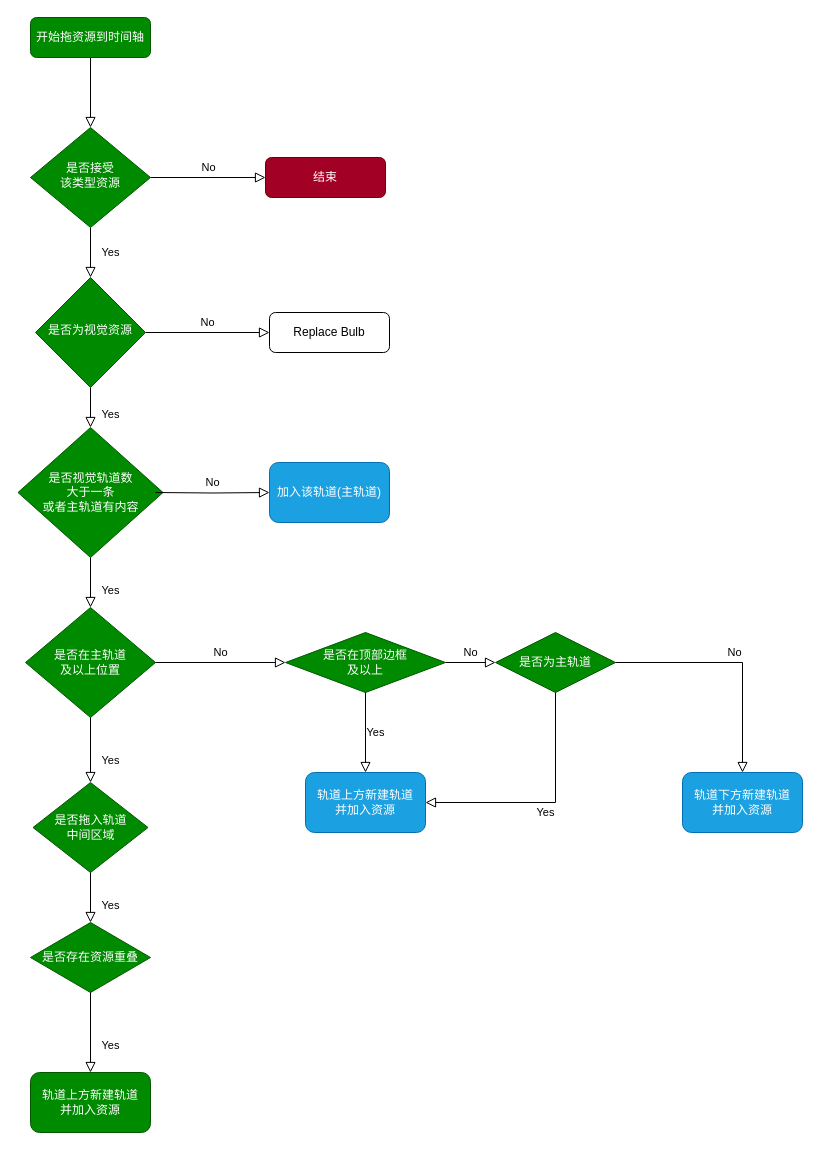
macfanr/SliderView keeps this draw.io diagram as Untitled Diagram.drawio. Above is the earlier version. Source tidied: cells renumbered, new cells numbered last; positions are measured from the earlier drawing's top-left corner, leaving out a move shared by most shapes. Both pictures are drawn from the tidied source at 100%, with x=0, y=0 at pixel (17, 17).
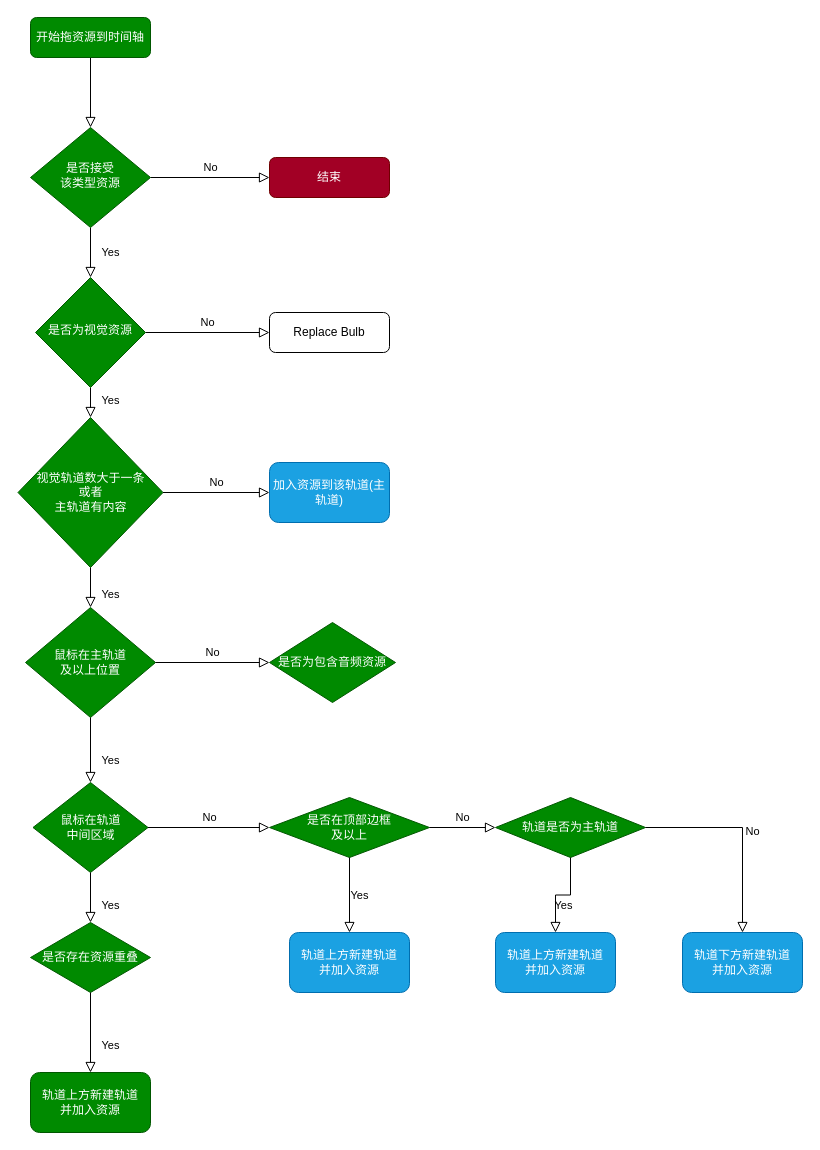
The same page after the edit.

Change to the diagram source:
```diff
@@
     <mxCell id="7" value="结束" style="rounded=1;whiteSpace=wrap;html=1;fontSize=12;glass=0;strokeWidth=1;shadow=0;fillColor=#a20025;fontColor=#ffffff;strokeColor=#6F0000;" parent="1" vertex="1">
-      <mxGeometry x="248" y="140" width="120" height="40" as="geometry" />
+      <mxGeometry x="252" y="140" width="120" height="40" as="geometry" />
     </mxCell>
@@
-    <mxCell id="11" value="是否在主轨道&lt;br&gt;及以上位置" style="rhombus;whiteSpace=wrap;html=1;rounded=0;fillColor=#008a00;fontColor=#ffffff;strokeColor=#005700;" parent="1" vertex="1">
+    <mxCell id="11" value="鼠标在主轨道&lt;br&gt;及以上位置" style="rhombus;whiteSpace=wrap;html=1;rounded=0;fillColor=#008a00;fontColor=#ffffff;strokeColor=#005700;" parent="1" vertex="1">
       <mxGeometry x="8" y="590" width="130" height="110" as="geometry" />
     </mxCell>
@@
-    <mxCell id="13" value="是否拖入轨道&lt;br&gt;中间区域" style="rhombus;whiteSpace=wrap;html=1;rounded=0;fillColor=#008a00;fontColor=#ffffff;strokeColor=#005700;" parent="1" vertex="1">
+    <mxCell id="13" value="鼠标在轨道&lt;br&gt;中间区域" style="rhombus;whiteSpace=wrap;html=1;rounded=0;fillColor=#008a00;fontColor=#ffffff;strokeColor=#005700;" parent="1" vertex="1">
       <mxGeometry x="15.5" y="765" width="115" height="90" as="geometry" />
     </mxCell>
@@
     <mxCell id="19" value="是否在顶部边框&lt;br&gt;及以上" style="rhombus;whiteSpace=wrap;html=1;rounded=0;fillColor=#008a00;fontColor=#ffffff;strokeColor=#005700;" parent="1" vertex="1">
-      <mxGeometry x="268" y="615" width="160" height="60" as="geometry" />
+      <mxGeometry x="252" y="780" width="160" height="60" as="geometry" />
     </mxCell>
-    <mxCell id="20" value="No" style="edgeStyle=orthogonalEdgeStyle;rounded=0;html=1;jettySize=auto;fontSize=11;endArrow=block;endFill=0;endSize=8;strokeWidth=1;shadow=0;labelBackgroundColor=none;entryX=0;entryY=0.5;entryDx=0;entryDy=0;exitX=1;exitY=0.5;exitDx=0;exitDy=0;" parent="1" edge="1" source="11" target="19">
+    <mxCell id="20" value="No" style="edgeStyle=orthogonalEdgeStyle;rounded=0;html=1;jettySize=auto;fontSize=11;endArrow=block;endFill=0;endSize=8;strokeWidth=1;shadow=0;labelBackgroundColor=none;entryX=0;entryY=0.5;entryDx=0;entryDy=0;exitX=1;exitY=0.5;exitDx=0;exitDy=0;" parent="1" edge="1" source="13" target="19">
       <mxGeometry y="10" relative="1" as="geometry" />
     </mxCell>
     <mxCell id="21" value="轨道上方新建轨道&lt;br&gt;并加入资源" style="whiteSpace=wrap;html=1;rounded=1;glass=0;strokeWidth=1;shadow=0;fillColor=#1ba1e2;fontColor=#ffffff;strokeColor=#006EAF;" parent="1" vertex="1">
-      <mxGeometry x="288" y="755" width="120" height="60" as="geometry" />
+      <mxGeometry x="272" y="915" width="120" height="60" as="geometry" />
     </mxCell>
@@
-    <mxCell id="24" value="是否为主轨道" style="rhombus;whiteSpace=wrap;html=1;rounded=0;fillColor=#008a00;fontColor=#ffffff;strokeColor=#005700;" parent="1" vertex="1">
-      <mxGeometry x="478" y="615" width="120" height="60" as="geometry" />
+    <mxCell id="24" value="轨道是否为主轨道" style="rhombus;whiteSpace=wrap;html=1;rounded=0;fillColor=#008a00;fontColor=#ffffff;strokeColor=#005700;" parent="1" vertex="1">
+      <mxGeometry x="478" y="780" width="150" height="60" as="geometry" />
     </mxCell>
-    <mxCell id="25" value="Yes" style="edgeStyle=orthogonalEdgeStyle;rounded=0;html=1;jettySize=auto;fontSize=11;endArrow=block;endFill=0;endSize=8;strokeWidth=1;shadow=0;labelBackgroundColor=none;exitX=0.5;exitY=1;exitDx=0;exitDy=0;" parent="1" edge="1" source="24">
-      <mxGeometry y="10" relative="1" as="geometry">
-        <mxPoint x="408" y="785" as="targetPoint" />
-        <Array as="points">
-          <mxPoint x="538" y="785" />
-        </Array>
-      </mxGeometry>
+    <mxCell id="25" value="Yes" style="edgeStyle=orthogonalEdgeStyle;rounded=0;html=1;jettySize=auto;fontSize=11;endArrow=block;endFill=0;endSize=8;strokeWidth=1;shadow=0;labelBackgroundColor=none;exitX=0.5;exitY=1;exitDx=0;exitDy=0;entryX=0.5;entryY=0;entryDx=0;entryDy=0;" parent="1" edge="1" source="24" target="32">
+      <mxGeometry y="10" relative="1" as="geometry" />
     </mxCell>
     <mxCell id="26" value="轨道下方新建轨道&lt;br&gt;并加入资源" style="whiteSpace=wrap;html=1;rounded=1;fillColor=#1ba1e2;fontColor=#ffffff;strokeColor=#006EAF;" parent="1" vertex="1">
-      <mxGeometry x="665" y="755" width="120" height="60" as="geometry" />
+      <mxGeometry x="665" y="915" width="120" height="60" as="geometry" />
     </mxCell>
@@
-    <mxCell id="28" value="是否视觉轨道数&lt;br&gt;大于一条&lt;br&gt;或者主轨道有内容" style="rhombus;whiteSpace=wrap;html=1;rounded=0;fillColor=#008a00;fontColor=#ffffff;strokeColor=#005700;" parent="1" vertex="1">
-      <mxGeometry x="0.5" y="410" width="145" height="130" as="geometry" />
+    <mxCell id="28" value="视觉轨道数大于一条&lt;br&gt;或者&lt;br&gt;主轨道有内容" style="rhombus;whiteSpace=wrap;html=1;rounded=0;fillColor=#008a00;fontColor=#ffffff;strokeColor=#005700;" parent="1" vertex="1">
+      <mxGeometry x="0.5" y="400" width="145" height="150" as="geometry" />
     </mxCell>
@@
-    <mxCell id="30" value="No" style="edgeStyle=orthogonalEdgeStyle;rounded=0;html=1;jettySize=auto;fontSize=11;endArrow=block;endFill=0;endSize=8;strokeWidth=1;shadow=0;labelBackgroundColor=none;entryX=0;entryY=0.5;entryDx=0;entryDy=0;" parent="1" edge="1" target="31">
-      <mxGeometry y="10" relative="1" as="geometry">
-        <mxPoint x="138" y="475" as="sourcePoint" />
-      </mxGeometry>
-    </mxCell>
-    <mxCell id="31" value="加入该轨道(主轨道)" style="rounded=1;whiteSpace=wrap;html=1;fillColor=#1ba1e2;fontColor=#ffffff;strokeColor=#006EAF;" parent="1" vertex="1">
+    <mxCell id="31" value="加入资源到该轨道(主轨道)" style="rounded=1;whiteSpace=wrap;html=1;fillColor=#1ba1e2;fontColor=#ffffff;strokeColor=#006EAF;" parent="1" vertex="1">
       <mxGeometry x="252" y="445" width="120" height="60" as="geometry" />
     </mxCell>
+    <mxCell id="32" value="轨道上方新建轨道&lt;br&gt;并加入资源" style="whiteSpace=wrap;html=1;rounded=1;glass=0;strokeWidth=1;shadow=0;fillColor=#1ba1e2;fontColor=#ffffff;strokeColor=#006EAF;" parent="1" vertex="1">
+      <mxGeometry x="478" y="915" width="120" height="60" as="geometry" />
+    </mxCell>
+    <mxCell id="33" value="No" style="edgeStyle=orthogonalEdgeStyle;rounded=0;html=1;jettySize=auto;fontSize=11;endArrow=block;endFill=0;endSize=8;strokeWidth=1;shadow=0;labelBackgroundColor=none;exitX=1;exitY=0.5;exitDx=0;exitDy=0;entryX=0;entryY=0.5;entryDx=0;entryDy=0;" parent="1" edge="1" source="28" target="31">
+      <mxGeometry y="10" relative="1" as="geometry" />
+    </mxCell>
+    <mxCell id="34" value="No" style="edgeStyle=orthogonalEdgeStyle;rounded=0;html=1;jettySize=auto;fontSize=11;endArrow=block;endFill=0;endSize=8;strokeWidth=1;shadow=0;labelBackgroundColor=none;exitX=1;exitY=0.5;exitDx=0;exitDy=0;entryX=0;entryY=0.5;entryDx=0;entryDy=0;" parent="1" edge="1" source="11" target="35">
+      <mxGeometry y="10" relative="1" as="geometry" />
+    </mxCell>
+    <mxCell id="35" value="是否为包含音频资源" style="rhombus;whiteSpace=wrap;html=1;fillColor=#008a00;strokeColor=#005700;fontColor=#ffffff;" parent="1" vertex="1">
+      <mxGeometry x="252" y="605" width="126" height="80" as="geometry" />
+    </mxCell>
```
